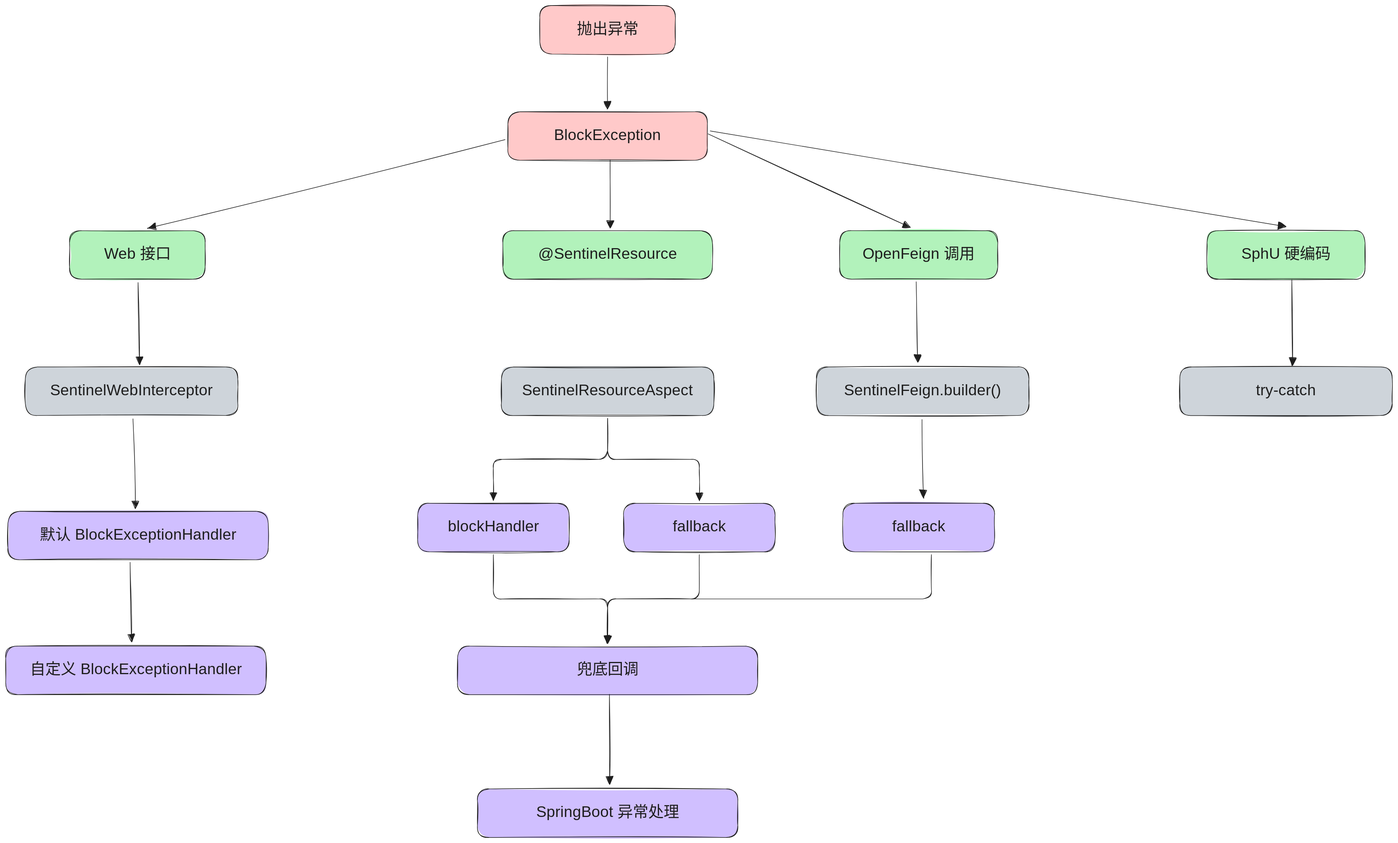
Earlier version of the Excalidraw export img/Sentinel异常处理.svg (xiaoyuhai/spring-cloud-demo). Source tidied: one line per element, renumbered; positions are measured from the earlier drawing's top-left corner, leaving out a move shared by most shapes. The source it was exported from:
```json
{"id": 0, "type": "rectangle", "strokeColor": "#1e1e1e", "backgroundColor": "#ffc9c9", "fillStyle": "solid", "strokeWidth": 1, "roughness": 1, "round": true, "x": 967, "y": 0, "width": 246, "height": 88}
{"id": 1, "type": "text", "text": "抛出异常", "strokeColor": "#1e1e1e", "backgroundColor": "#ffc9c9", "fillStyle": "solid", "strokeWidth": 1, "roughness": 1, "fontSize": 28, "fontFamily": 5, "textAlign": "center", "verticalAlign": "middle", "inside": 0, "x": 1034, "y": 26, "width": 112, "height": 35}
{"id": 2, "type": "rectangle", "strokeColor": "#1e1e1e", "backgroundColor": "#ffc9c9", "fillStyle": "solid", "strokeWidth": 1, "roughness": 1, "round": true, "x": 909, "y": 192, "width": 361, "height": 88}
{"id": 3, "type": "text", "text": "BlockException", "strokeColor": "#1e1e1e", "backgroundColor": "#ffc9c9", "fillStyle": "solid", "strokeWidth": 1, "roughness": 1, "fontSize": 28, "fontFamily": 8, "textAlign": "center", "verticalAlign": "middle", "inside": 2, "x": 982, "y": 219, "width": 216, "height": 35}
{"id": 4, "type": "rectangle", "strokeColor": "#1e1e1e", "backgroundColor": "#b2f2bb", "fillStyle": "solid", "strokeWidth": 1, "roughness": 1, "round": true, "x": 116, "y": 408, "width": 246, "height": 88}
{"id": 5, "type": "text", "text": "Web 接口", "strokeColor": "#1e1e1e", "backgroundColor": "#ffc9c9", "fillStyle": "solid", "strokeWidth": 1, "roughness": 1, "fontSize": 28, "fontFamily": 5, "textAlign": "center", "verticalAlign": "middle", "inside": 4, "x": 179, "y": 434, "width": 119, "height": 35}
{"id": 6, "type": "rectangle", "strokeColor": "#1e1e1e", "backgroundColor": "#b2f2bb", "fillStyle": "solid", "strokeWidth": 1, "roughness": 1, "round": true, "x": 900, "y": 408, "width": 379, "height": 88}
{"id": 7, "type": "text", "text": "@SentinelResource", "strokeColor": "#1e1e1e", "backgroundColor": "#ffc9c9", "fillStyle": "solid", "strokeWidth": 1, "roughness": 1, "fontSize": 28, "fontFamily": 5, "textAlign": "center", "verticalAlign": "middle", "inside": 6, "x": 964, "y": 434, "width": 252, "height": 35}
{"id": 8, "type": "rectangle", "strokeColor": "#1e1e1e", "backgroundColor": "#b2f2bb", "fillStyle": "solid", "strokeWidth": 1, "roughness": 1, "round": true, "x": 1510, "y": 408, "width": 286, "height": 88}
{"id": 9, "type": "text", "text": "OpenFeign 调用", "strokeColor": "#1e1e1e", "backgroundColor": "#ffc9c9", "fillStyle": "solid", "strokeWidth": 1, "roughness": 1, "fontSize": 28, "fontFamily": 5, "textAlign": "center", "verticalAlign": "middle", "inside": 8, "x": 1552, "y": 434, "width": 202, "height": 35}
{"id": 10, "type": "rectangle", "strokeColor": "#1e1e1e", "backgroundColor": "#b2f2bb", "fillStyle": "solid", "strokeWidth": 1, "roughness": 1, "round": true, "x": 2175, "y": 408, "width": 286, "height": 88}
{"id": 11, "type": "text", "text": "SphU 硬编码", "strokeColor": "#1e1e1e", "backgroundColor": "#ffc9c9", "fillStyle": "solid", "strokeWidth": 1, "roughness": 1, "fontSize": 28, "fontFamily": 5, "textAlign": "center", "verticalAlign": "middle", "inside": 10, "x": 2236, "y": 434, "width": 164, "height": 35}
{"id": 12, "type": "rectangle", "strokeColor": "#1e1e1e", "backgroundColor": "#ced4da", "fillStyle": "solid", "strokeWidth": 1, "roughness": 1, "round": true, "x": 35, "y": 655, "width": 385, "height": 88}
{"id": 13, "type": "text", "text": "SentinelWebInterceptor", "strokeColor": "#1e1e1e", "backgroundColor": "#ffc9c9", "fillStyle": "solid", "strokeWidth": 1, "roughness": 1, "fontSize": 28, "fontFamily": 8, "textAlign": "center", "verticalAlign": "middle", "inside": 12, "x": 58, "y": 681, "width": 339, "height": 35}
{"id": 14, "type": "rectangle", "strokeColor": "#1e1e1e", "backgroundColor": "#ced4da", "fillStyle": "solid", "strokeWidth": 1, "roughness": 1, "round": true, "x": 897, "y": 655, "width": 385, "height": 88}
{"id": 15, "type": "text", "text": "SentinelResourceAspect", "strokeColor": "#1e1e1e", "backgroundColor": "#ffc9c9", "fillStyle": "solid", "strokeWidth": 1, "roughness": 1, "fontSize": 28, "fontFamily": 8, "textAlign": "center", "verticalAlign": "middle", "inside": 14, "x": 920, "y": 681, "width": 339, "height": 35}
{"id": 16, "type": "rectangle", "strokeColor": "#1e1e1e", "backgroundColor": "#ced4da", "fillStyle": "solid", "strokeWidth": 1, "roughness": 1, "round": true, "x": 1468, "y": 655, "width": 385, "height": 88}
{"id": 17, "type": "text", "text": "SentinelFeign.builder()", "strokeColor": "#1e1e1e", "backgroundColor": "#ffc9c9", "fillStyle": "solid", "strokeWidth": 1, "roughness": 1, "fontSize": 28, "fontFamily": 8, "textAlign": "center", "verticalAlign": "middle", "inside": 16, "x": 1483, "y": 681, "width": 354, "height": 35}
{"id": 18, "type": "rectangle", "strokeColor": "#1e1e1e", "backgroundColor": "#ced4da", "fillStyle": "solid", "strokeWidth": 1, "roughness": 1, "round": true, "x": 2126, "y": 655, "width": 385, "height": 88}
{"id": 19, "type": "text", "text": "try-catch", "strokeColor": "#1e1e1e", "backgroundColor": "#ffc9c9", "fillStyle": "solid", "strokeWidth": 1, "roughness": 1, "fontSize": 28, "fontFamily": 8, "textAlign": "center", "verticalAlign": "middle", "inside": 18, "x": 2249, "y": 681, "width": 139, "height": 35}
{"id": 20, "type": "rectangle", "strokeColor": "#1e1e1e", "backgroundColor": "#d0bfff", "fillStyle": "solid", "strokeWidth": 1, "roughness": 1, "round": true, "x": 4, "y": 916, "width": 471, "height": 88}
{"id": 21, "type": "text", "text": "默认 BlockExceptionHandler", "strokeColor": "#1e1e1e", "backgroundColor": "#ffc9c9", "fillStyle": "solid", "strokeWidth": 1, "roughness": 1, "fontSize": 28, "fontFamily": 5, "textAlign": "center", "verticalAlign": "middle", "inside": 20, "x": 54, "y": 942, "width": 372, "height": 35}
{"id": 22, "type": "rectangle", "strokeColor": "#1e1e1e", "backgroundColor": "#d0bfff", "fillStyle": "solid", "strokeWidth": 1, "roughness": 1, "round": true, "x": 746, "y": 901, "width": 274, "height": 88}
{"id": 23, "type": "text", "text": "blockHandler", "strokeColor": "#1e1e1e", "backgroundColor": "#ffc9c9", "fillStyle": "solid", "strokeWidth": 1, "roughness": 1, "fontSize": 28, "fontFamily": 5, "textAlign": "center", "verticalAlign": "middle", "inside": 22, "x": 801, "y": 928, "width": 164, "height": 35}
{"id": 24, "type": "rectangle", "strokeColor": "#1e1e1e", "backgroundColor": "#d0bfff", "fillStyle": "solid", "strokeWidth": 1, "roughness": 1, "round": true, "x": 1119, "y": 901, "width": 274, "height": 88}
{"id": 25, "type": "text", "text": "fallback", "strokeColor": "#1e1e1e", "backgroundColor": "#ffc9c9", "fillStyle": "solid", "strokeWidth": 1, "roughness": 1, "fontSize": 28, "fontFamily": 5, "textAlign": "center", "verticalAlign": "middle", "inside": 24, "x": 1204, "y": 928, "width": 103, "height": 35}
{"id": 26, "type": "rectangle", "strokeColor": "#1e1e1e", "backgroundColor": "#d0bfff", "fillStyle": "solid", "strokeWidth": 1, "roughness": 1, "round": true, "x": 1516, "y": 901, "width": 274, "height": 88}
{"id": 27, "type": "text", "text": "fallback", "strokeColor": "#1e1e1e", "backgroundColor": "#ffc9c9", "fillStyle": "solid", "strokeWidth": 1, "roughness": 1, "fontSize": 28, "fontFamily": 5, "textAlign": "center", "verticalAlign": "middle", "inside": 26, "x": 1601, "y": 928, "width": 103, "height": 35}
{"id": 28, "type": "rectangle", "strokeColor": "#1e1e1e", "backgroundColor": "#d0bfff", "fillStyle": "solid", "strokeWidth": 1, "roughness": 1, "round": true, "x": 0, "y": 1160, "width": 471, "height": 88}
{"id": 29, "type": "text", "text": "自定义 BlockExceptionHandler", "strokeColor": "#1e1e1e", "backgroundColor": "#ffc9c9", "fillStyle": "solid", "strokeWidth": 1, "roughness": 1, "fontSize": 28, "fontFamily": 5, "textAlign": "center", "verticalAlign": "middle", "inside": 28, "x": 36, "y": 1187, "width": 400, "height": 35}
{"id": 30, "type": "rectangle", "strokeColor": "#1e1e1e", "backgroundColor": "#d0bfff", "fillStyle": "solid", "strokeWidth": 1, "roughness": 1, "round": true, "x": 818, "y": 1160, "width": 544, "height": 88}
{"id": 31, "type": "text", "text": "兜底回调", "strokeColor": "#1e1e1e", "backgroundColor": "#ffc9c9", "fillStyle": "solid", "strokeWidth": 1, "roughness": 1, "fontSize": 28, "fontFamily": 5, "textAlign": "center", "verticalAlign": "middle", "inside": 30, "x": 1034, "y": 1187, "width": 112, "height": 35}
{"id": 32, "type": "rectangle", "strokeColor": "#1e1e1e", "backgroundColor": "#d0bfff", "fillStyle": "solid", "strokeWidth": 1, "roughness": 1, "round": true, "x": 854, "y": 1419, "width": 471, "height": 88}
{"id": 33, "type": "text", "text": "SpringBoot 异常处理", "strokeColor": "#1e1e1e", "backgroundColor": "#ffc9c9", "fillStyle": "solid", "strokeWidth": 1, "roughness": 1, "fontSize": 28, "fontFamily": 5, "textAlign": "center", "verticalAlign": "middle", "inside": 32, "x": 952, "y": 1445, "width": 275, "height": 35}
{"id": 34, "type": "arrow", "strokeColor": "#1e1e1e", "backgroundColor": "#d0bfff", "fillStyle": "solid", "strokeWidth": 1, "roughness": 1, "endArrowhead": "triangle", "from": 0, "to": 2, "x": 1090, "y": 93, "width": 0, "height": 94, "points": [[0, 0], [0, 94]]}
{"id": 35, "type": "arrow", "strokeColor": "#1e1e1e", "backgroundColor": "#d0bfff", "fillStyle": "solid", "strokeWidth": 1, "roughness": 1, "endArrowhead": "triangle", "from": 2, "to": 6, "x": 1094, "y": 280, "width": 0, "height": 123, "points": [[0, 0], [0, 123]]}
{"id": 36, "type": "arrow", "strokeColor": "#1e1e1e", "backgroundColor": "#d0bfff", "fillStyle": "solid", "strokeWidth": 1, "roughness": 1, "endArrowhead": "triangle", "from": 2, "to": 4, "x": 904, "y": 243, "width": 646, "height": 160, "points": [[0, 0], [-646, 160]]}
{"id": 37, "type": "arrow", "strokeColor": "#1e1e1e", "backgroundColor": "#d0bfff", "fillStyle": "solid", "strokeWidth": 1, "roughness": 1, "endArrowhead": "triangle", "from": 2, "to": 8, "x": 1272, "y": 232, "width": 366, "height": 169, "points": [[0, 0], [366, 169]]}
{"id": 38, "type": "arrow", "strokeColor": "#1e1e1e", "backgroundColor": "#d0bfff", "fillStyle": "solid", "strokeWidth": 1, "roughness": 1, "endArrowhead": "triangle", "from": 2, "to": 10, "x": 1276, "y": 227, "width": 1043, "height": 173, "points": [[0, 0], [1043, 173]]}
{"id": 39, "type": "arrow", "strokeColor": "#1e1e1e", "backgroundColor": "#d0bfff", "fillStyle": "solid", "strokeWidth": 1, "roughness": 1, "endArrowhead": "triangle", "from": 10, "to": 18, "x": 2329, "y": 496, "width": 1, "height": 155, "points": [[0, 0], [1, 155]]}
{"id": 40, "type": "arrow", "strokeColor": "#1e1e1e", "backgroundColor": "#d0bfff", "fillStyle": "solid", "strokeWidth": 1, "roughness": 1, "endArrowhead": "triangle", "from": 8, "to": 16, "x": 1648, "y": 500, "width": 3, "height": 146, "points": [[0, 0], [3, 146]]}
{"id": 41, "type": "arrow", "strokeColor": "#1e1e1e", "backgroundColor": "#d0bfff", "fillStyle": "solid", "strokeWidth": 1, "roughness": 1, "endArrowhead": "triangle", "from": 16, "to": 26, "x": 1659, "y": 750, "width": 3, "height": 142, "points": [[0, 0], [3, 142]]}
{"id": 42, "type": "arrow", "strokeColor": "#1e1e1e", "backgroundColor": "#d0bfff", "fillStyle": "solid", "strokeWidth": 1, "roughness": 1, "endArrowhead": "triangle", "from": 4, "to": 12, "x": 240, "y": 502, "width": 3, "height": 149, "points": [[0, 0], [3, 149]]}
{"id": 43, "type": "arrow", "strokeColor": "#1e1e1e", "backgroundColor": "#d0bfff", "fillStyle": "solid", "strokeWidth": 1, "roughness": 1, "endArrowhead": "triangle", "from": 12, "to": 20, "x": 230, "y": 748, "width": 4, "height": 163, "points": [[0, 0], [4, 163]]}
{"id": 44, "type": "arrow", "strokeColor": "#1e1e1e", "backgroundColor": "#d0bfff", "fillStyle": "solid", "strokeWidth": 1, "roughness": 1, "endArrowhead": "triangle", "from": 20, "to": 28, "x": 225, "y": 1008, "width": 3, "height": 144, "points": [[0, 0], [3, 144]]}
{"id": 45, "type": "arrow", "strokeColor": "#1e1e1e", "backgroundColor": "#d0bfff", "fillStyle": "solid", "strokeWidth": 1, "roughness": 1, "endArrowhead": "triangle", "from": 30, "to": 32, "x": 1093, "y": 1247, "width": 0, "height": 163, "points": [[0, 0], [0, 163]]}
{"id": 46, "type": "arrow", "strokeColor": "#1e1e1e", "backgroundColor": "#d0bfff", "fillStyle": "solid", "strokeWidth": 1, "roughness": 1, "endArrowhead": "triangle", "from": 14, "to": 22, "x": 1090, "y": 748, "width": 207, "height": 149, "points": [[0, 0], [0, 74], [-207, 74], [-207, 149]]}
{"id": 47, "type": "arrow", "strokeColor": "#1e1e1e", "backgroundColor": "#d0bfff", "fillStyle": "solid", "strokeWidth": 1, "roughness": 1, "endArrowhead": "triangle", "from": 14, "to": 24, "x": 1090, "y": 748, "width": 166, "height": 149, "points": [[0, 0], [0, 74], [166, 74], [166, 149]]}
{"id": 48, "type": "arrow", "strokeColor": "#1e1e1e", "backgroundColor": "#d0bfff", "fillStyle": "solid", "strokeWidth": 1, "roughness": 1, "endArrowhead": "triangle", "from": 22, "to": 30, "x": 883, "y": 994, "width": 207, "height": 161, "points": [[0, 0], [0, 80], [207, 80], [207, 161]]}
{"id": 49, "type": "arrow", "strokeColor": "#1e1e1e", "backgroundColor": "#d0bfff", "fillStyle": "solid", "strokeWidth": 1, "roughness": 1, "endArrowhead": "triangle", "from": 24, "to": 30, "x": 1256, "y": 994, "width": 166, "height": 161, "points": [[0, 0], [0, 80], [-166, 80], [-166, 161]]}
{"id": 50, "type": "arrow", "strokeColor": "#1e1e1e", "backgroundColor": "#d0bfff", "fillStyle": "solid", "strokeWidth": 1, "roughness": 1, "endArrowhead": "triangle", "from": 26, "to": 30, "x": 1676, "y": 994, "width": 586, "height": 161, "points": [[0, 0], [0, 80], [-586, 80], [-586, 161]]}
```
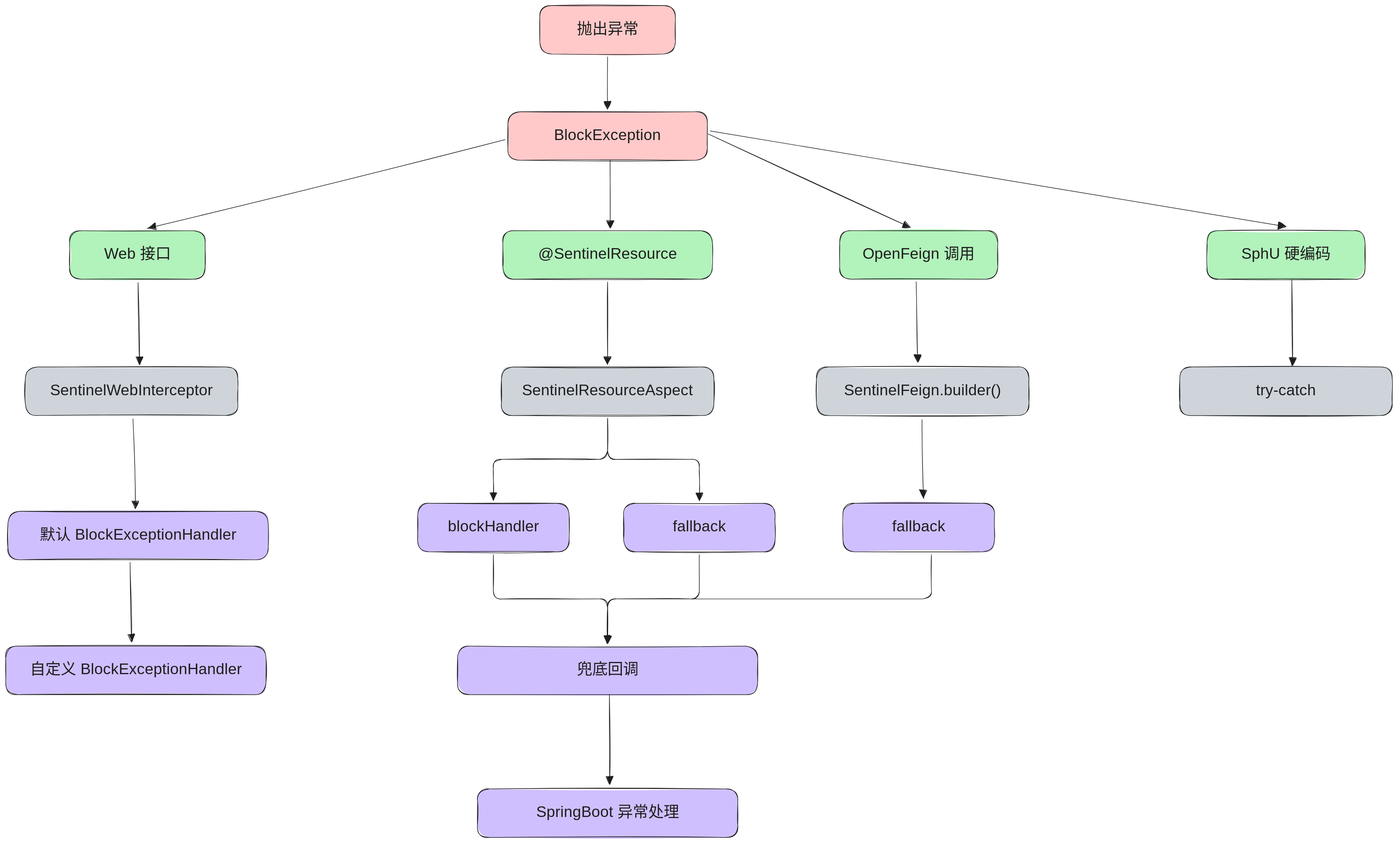
After the commit.

Change to the diagram source:
```diff
@@ -49,3 +49,4 @@
 {"id": 48, "type": "arrow", "strokeColor": "#1e1e1e", "backgroundColor": "#d0bfff", "fillStyle": "solid", "strokeWidth": 1, "roughness": 1, "endArrowhead": "triangle", "from": 22, "to": 30, "x": 883, "y": 994, "width": 207, "height": 161, "points": [[0, 0], [0, 80], [207, 80], [207, 161]]}
 {"id": 49, "type": "arrow", "strokeColor": "#1e1e1e", "backgroundColor": "#d0bfff", "fillStyle": "solid", "strokeWidth": 1, "roughness": 1, "endArrowhead": "triangle", "from": 24, "to": 30, "x": 1256, "y": 994, "width": 166, "height": 161, "points": [[0, 0], [0, 80], [-166, 80], [-166, 161]]}
 {"id": 50, "type": "arrow", "strokeColor": "#1e1e1e", "backgroundColor": "#d0bfff", "fillStyle": "solid", "strokeWidth": 1, "roughness": 1, "endArrowhead": "triangle", "from": 26, "to": 30, "x": 1676, "y": 994, "width": 586, "height": 161, "points": [[0, 0], [0, 80], [-586, 80], [-586, 161]]}
+{"id": 51, "type": "arrow", "strokeColor": "#1e1e1e", "backgroundColor": "#d0bfff", "fillStyle": "solid", "strokeWidth": 1, "roughness": 1, "endArrowhead": "triangle", "from": 6, "to": 14, "x": 1090, "y": 501, "width": 0, "height": 149, "points": [[0, 0], [0, 149]]}
```
